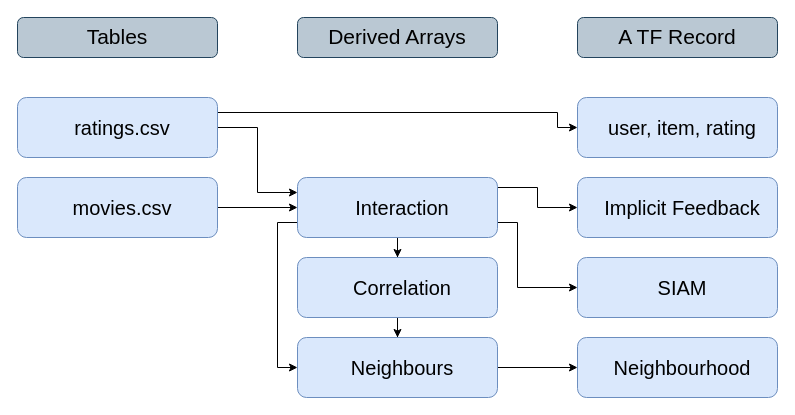
The draw.io diagram page "data_relations" (5 of 5) of demo/img/data_flowchart.drawio in rmwkwok/colabfilter, before the edit. Source tidied: cells renumbered, new cells numbered last; positions are measured from the earlier drawing's top-left corner, leaving out a move shared by most shapes. Both pictures are drawn from the tidied source at 100%, with x=0, y=0 at pixel (17, 17).
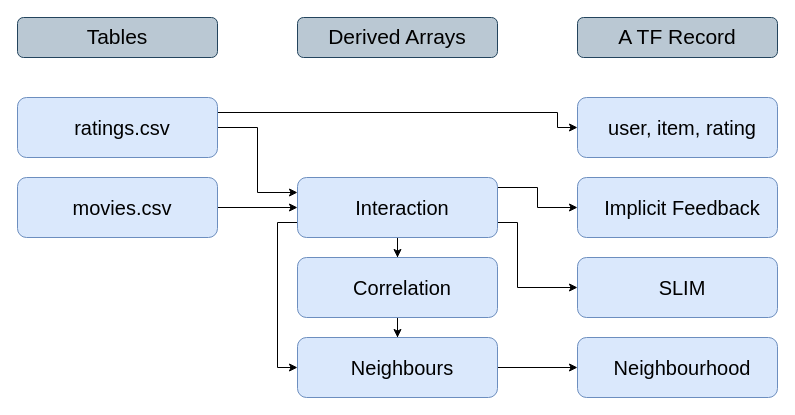
After the change.

Commit message (it also covers changes not shown here):
correct spellings

Diff of the diagram source:
```diff
@@
-    <mxCell id="16" value="SIAM" style="rounded=1;whiteSpace=wrap;html=1;verticalAlign=middle;fontSize=20;align=center;spacingLeft=10;fillColor=#dae8fc;strokeColor=#6c8ebf;fontStyle=0;" parent="1" vertex="1">
+    <mxCell id="16" value="SLIM" style="rounded=1;whiteSpace=wrap;html=1;verticalAlign=middle;fontSize=20;align=center;spacingLeft=10;fillColor=#dae8fc;strokeColor=#6c8ebf;fontStyle=0;" parent="1" vertex="1">
       <mxGeometry x="560" y="240" width="200" height="60" as="geometry" />
     </mxCell>
```
